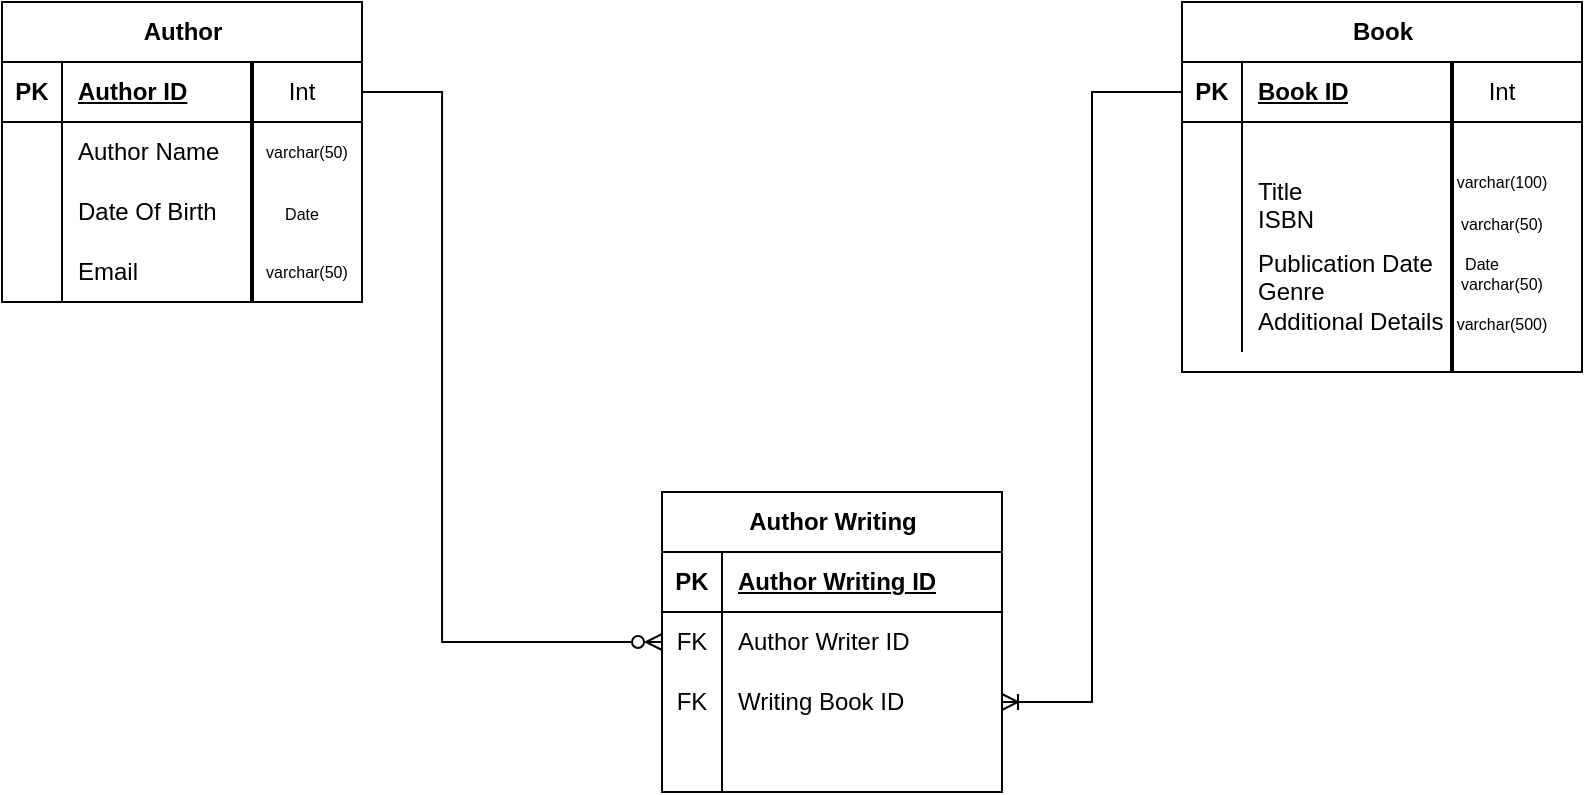
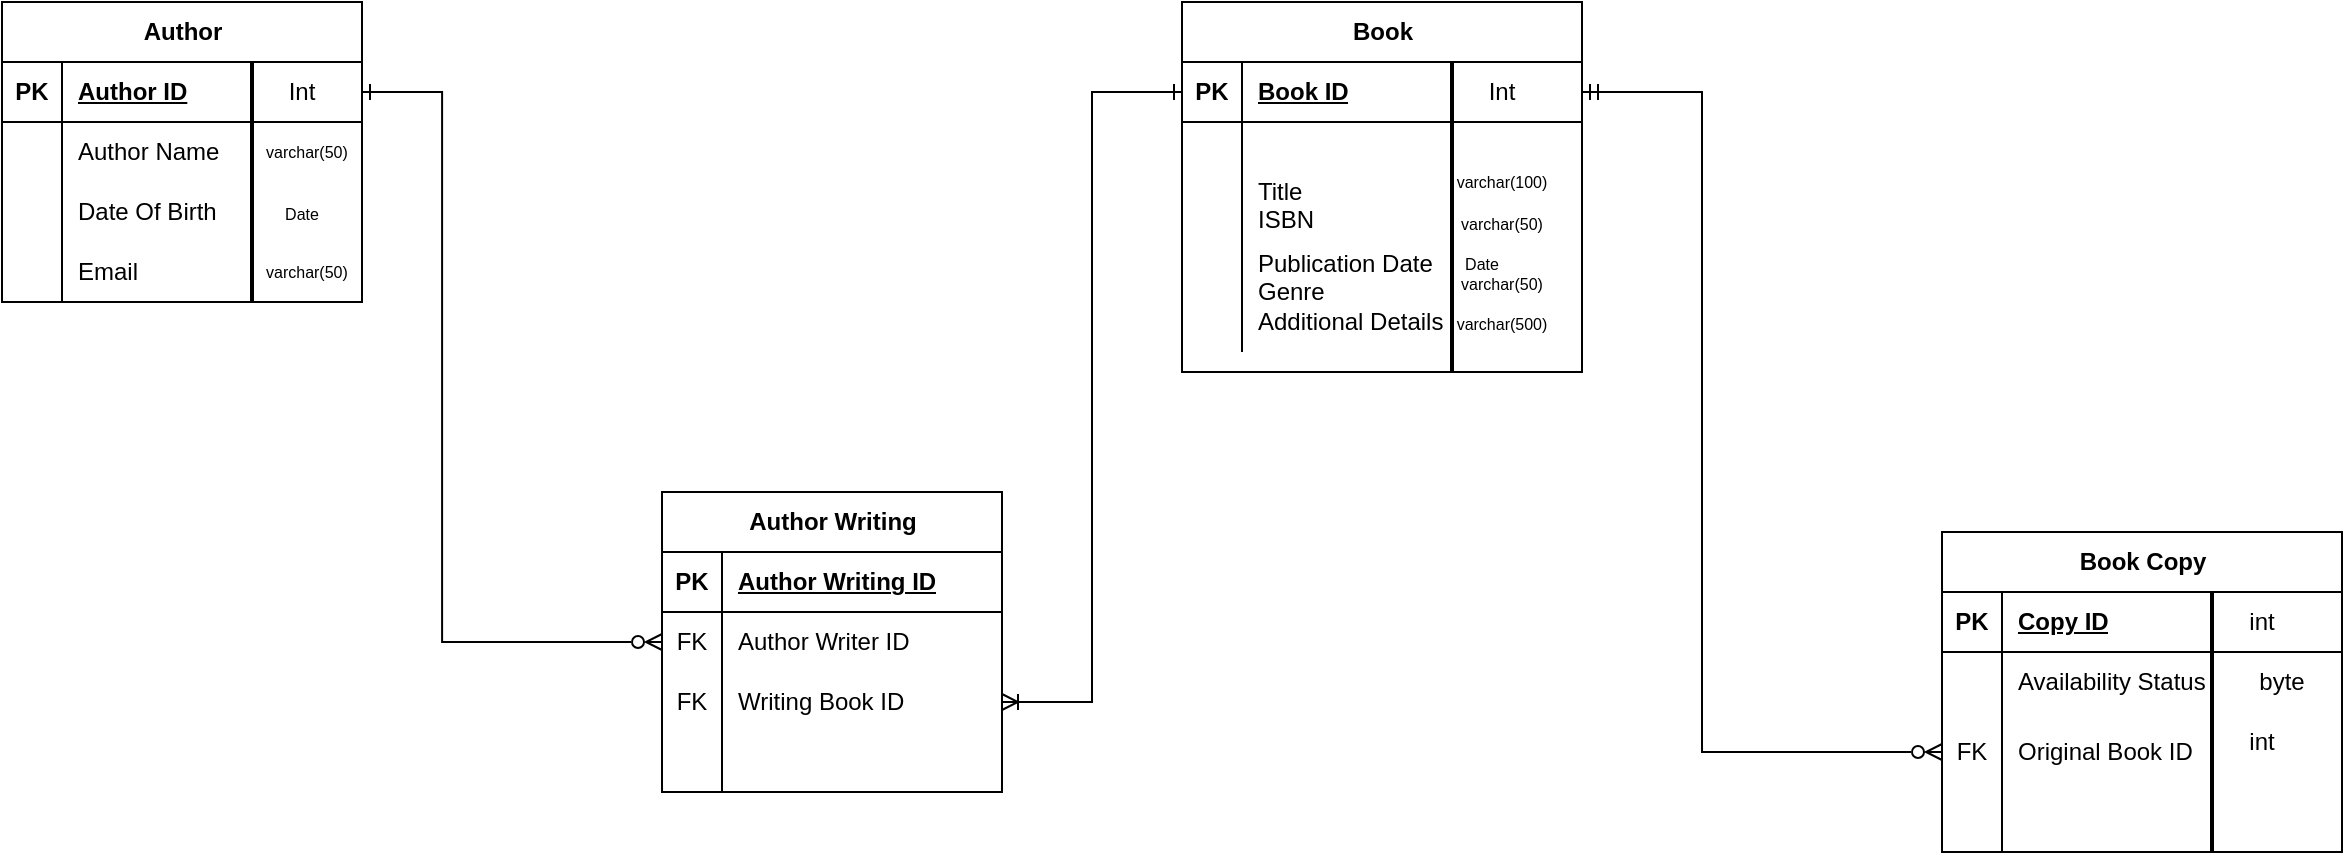
<mxfile host="app.diagrams.net">
  <diagram name="Page-1" id="Zk_2pc1_gUzyAgNU6dPZ">
    <mxGraphModel dx="965" dy="459" grid="1" gridSize="10" guides="1" tooltips="1" connect="1" arrows="1" fold="1" page="1" pageScale="1" pageWidth="850" pageHeight="1100" math="0" shadow="0">
      <root>
        <mxCell id="0" />
        <mxCell id="1" parent="0" />
        <mxCell id="A8dy5UsNKd1sQuRE_VdO-28" parent="1" style="shape=table;startSize=30;container=1;collapsible=1;childLayout=tableLayout;fixedRows=1;rowLines=0;fontStyle=1;align=center;resizeLast=1;html=1;" value="Book" vertex="1">
          <mxGeometry height="185" width="200" x="610" y="185" as="geometry" />
        </mxCell>
        <mxCell id="A8dy5UsNKd1sQuRE_VdO-29" parent="A8dy5UsNKd1sQuRE_VdO-28" style="shape=tableRow;horizontal=0;startSize=0;swimlaneHead=0;swimlaneBody=0;fillColor=none;collapsible=0;dropTarget=0;points=[[0,0.5],[1,0.5]];portConstraint=eastwest;top=0;left=0;right=0;bottom=1;" value="" vertex="1">
          <mxGeometry height="30" width="200" y="30" as="geometry" />
        </mxCell>
        <mxCell id="A8dy5UsNKd1sQuRE_VdO-30" parent="A8dy5UsNKd1sQuRE_VdO-29" style="shape=partialRectangle;connectable=0;fillColor=none;top=0;left=0;bottom=0;right=0;fontStyle=1;overflow=hidden;whiteSpace=wrap;html=1;" value="PK" vertex="1">
          <mxGeometry height="30" width="30" as="geometry">
            <mxRectangle height="30" width="30" as="alternateBounds" />
          </mxGeometry>
        </mxCell>
        <mxCell id="A8dy5UsNKd1sQuRE_VdO-31" parent="A8dy5UsNKd1sQuRE_VdO-29" style="shape=partialRectangle;connectable=0;fillColor=none;top=0;left=0;bottom=0;right=0;align=left;spacingLeft=6;fontStyle=5;overflow=hidden;whiteSpace=wrap;html=1;" value="Book ID" vertex="1">
          <mxGeometry height="30" width="170" x="30" as="geometry">
            <mxRectangle height="30" width="170" as="alternateBounds" />
          </mxGeometry>
        </mxCell>
        <mxCell id="A8dy5UsNKd1sQuRE_VdO-32" parent="A8dy5UsNKd1sQuRE_VdO-28" style="shape=tableRow;horizontal=0;startSize=0;swimlaneHead=0;swimlaneBody=0;fillColor=none;collapsible=0;dropTarget=0;points=[[0,0.5],[1,0.5]];portConstraint=eastwest;top=0;left=0;right=0;bottom=0;" value="" vertex="1">
          <mxGeometry height="25" width="200" y="60" as="geometry" />
        </mxCell>
        <mxCell id="A8dy5UsNKd1sQuRE_VdO-33" parent="A8dy5UsNKd1sQuRE_VdO-32" style="shape=partialRectangle;connectable=0;fillColor=none;top=0;left=0;bottom=0;right=0;editable=1;overflow=hidden;whiteSpace=wrap;html=1;" value="" vertex="1">
          <mxGeometry height="25" width="30" as="geometry">
            <mxRectangle height="25" width="30" as="alternateBounds" />
          </mxGeometry>
        </mxCell>
        <mxCell id="A8dy5UsNKd1sQuRE_VdO-34" parent="A8dy5UsNKd1sQuRE_VdO-32" style="shape=partialRectangle;connectable=0;fillColor=none;top=0;left=0;bottom=0;right=0;align=left;spacingLeft=6;overflow=hidden;whiteSpace=wrap;html=1;" value="" vertex="1">
          <mxGeometry height="25" width="170" x="30" as="geometry">
            <mxRectangle height="25" width="170" as="alternateBounds" />
          </mxGeometry>
        </mxCell>
        <mxCell id="A8dy5UsNKd1sQuRE_VdO-35" parent="A8dy5UsNKd1sQuRE_VdO-28" style="shape=tableRow;horizontal=0;startSize=0;swimlaneHead=0;swimlaneBody=0;fillColor=none;collapsible=0;dropTarget=0;points=[[0,0.5],[1,0.5]];portConstraint=eastwest;top=0;left=0;right=0;bottom=0;" value="" vertex="1">
          <mxGeometry height="30" width="200" y="85" as="geometry" />
        </mxCell>
        <mxCell id="A8dy5UsNKd1sQuRE_VdO-36" parent="A8dy5UsNKd1sQuRE_VdO-35" style="shape=partialRectangle;connectable=0;fillColor=none;top=0;left=0;bottom=0;right=0;editable=1;overflow=hidden;whiteSpace=wrap;html=1;" value="" vertex="1">
          <mxGeometry height="30" width="30" as="geometry">
            <mxRectangle height="30" width="30" as="alternateBounds" />
          </mxGeometry>
        </mxCell>
        <mxCell id="A8dy5UsNKd1sQuRE_VdO-37" parent="A8dy5UsNKd1sQuRE_VdO-35" style="shape=partialRectangle;connectable=0;fillColor=none;top=0;left=0;bottom=0;right=0;align=left;spacingLeft=6;overflow=hidden;whiteSpace=wrap;html=1;" value="&lt;div&gt;Title&lt;/div&gt;&lt;div&gt;ISBN&lt;/div&gt;" vertex="1">
          <mxGeometry height="30" width="170" x="30" as="geometry">
            <mxRectangle height="30" width="170" as="alternateBounds" />
          </mxGeometry>
        </mxCell>
        <mxCell id="A8dy5UsNKd1sQuRE_VdO-38" parent="A8dy5UsNKd1sQuRE_VdO-28" style="shape=tableRow;horizontal=0;startSize=0;swimlaneHead=0;swimlaneBody=0;fillColor=none;collapsible=0;dropTarget=0;points=[[0,0.5],[1,0.5]];portConstraint=eastwest;top=0;left=0;right=0;bottom=0;" value="" vertex="1">
          <mxGeometry height="60" width="200" y="115" as="geometry" />
        </mxCell>
        <mxCell id="A8dy5UsNKd1sQuRE_VdO-39" parent="A8dy5UsNKd1sQuRE_VdO-38" style="shape=partialRectangle;connectable=0;fillColor=none;top=0;left=0;bottom=0;right=0;editable=1;overflow=hidden;whiteSpace=wrap;html=1;" value="" vertex="1">
          <mxGeometry height="60" width="30" as="geometry">
            <mxRectangle height="60" width="30" as="alternateBounds" />
          </mxGeometry>
        </mxCell>
        <mxCell id="A8dy5UsNKd1sQuRE_VdO-40" parent="A8dy5UsNKd1sQuRE_VdO-38" style="shape=partialRectangle;connectable=0;fillColor=none;top=0;left=0;bottom=0;right=0;align=left;spacingLeft=6;overflow=hidden;whiteSpace=wrap;html=1;" value="&lt;div&gt;Publication Date&lt;/div&gt;&lt;div&gt;Genre&amp;nbsp;&lt;/div&gt;&lt;div&gt;Additional Details&lt;/div&gt;" vertex="1">
          <mxGeometry height="60" width="170" x="30" as="geometry">
            <mxRectangle height="60" width="170" as="alternateBounds" />
          </mxGeometry>
        </mxCell>
        <mxCell id="A8dy5UsNKd1sQuRE_VdO-41" parent="1" style="line;strokeWidth=2;direction=south;html=1;" value="" vertex="1">
          <mxGeometry height="155" width="10" x="740" y="215" as="geometry" />
        </mxCell>
+         <mxCell id="Ea8dwJaSt80vfhBHH71X-27" edge="1" parent="1" source="A8dy5UsNKd1sQuRE_VdO-29" style="edgeStyle=orthogonalEdgeStyle;rounded=0;orthogonalLoop=1;jettySize=auto;html=1;entryX=0;entryY=0.5;entryDx=0;entryDy=0;exitX=1;exitY=0.5;exitDx=0;exitDy=0;endArrow=ERzeroToMany;endFill=0;startArrow=ERmandOne;startFill=0;" target="Ea8dwJaSt80vfhBHH71X-21">
+           <mxGeometry relative="1" as="geometry">
+             <Array as="points">
+               <mxPoint x="870" y="230" />
+               <mxPoint x="870" y="560" />
+             </Array>
+           </mxGeometry>
+         </mxCell>
        <mxCell id="A8dy5UsNKd1sQuRE_VdO-44" parent="1" style="text;html=1;whiteSpace=wrap;strokeColor=none;fillColor=none;align=center;verticalAlign=middle;rounded=0;" value="Int" vertex="1">
          <mxGeometry height="30" width="60" x="740" y="215" as="geometry" />
        </mxCell>
        <mxCell id="A8dy5UsNKd1sQuRE_VdO-47" parent="1" style="text;html=1;whiteSpace=wrap;strokeColor=none;fillColor=none;align=center;verticalAlign=middle;rounded=0;" value="&lt;font style=&quot;font-size: 8px;&quot;&gt;varchar(50)&lt;/font&gt;" vertex="1">
          <mxGeometry height="30" width="60" x="740" y="280" as="geometry" />
        </mxCell>
        <mxCell id="A8dy5UsNKd1sQuRE_VdO-48" parent="1" style="text;whiteSpace=wrap;html=1;align=center;" value="&lt;div align=&quot;center&quot;&gt;&lt;font style=&quot;font-size: 8px;&quot;&gt;varchar(100)&lt;/font&gt;&lt;/div&gt;" vertex="1">
          <mxGeometry height="40" width="80" x="730" y="260" as="geometry" />
        </mxCell>
        <mxCell id="A8dy5UsNKd1sQuRE_VdO-50" parent="1" style="text;html=1;whiteSpace=wrap;strokeColor=none;fillColor=none;align=center;verticalAlign=middle;rounded=0;" value="&lt;font style=&quot;font-size: 8px;&quot;&gt;varchar(50)&lt;/font&gt;" vertex="1">
          <mxGeometry height="30" width="60" x="740" y="310" as="geometry" />
        </mxCell>
        <mxCell id="A8dy5UsNKd1sQuRE_VdO-53" parent="1" style="text;html=1;whiteSpace=wrap;strokeColor=none;fillColor=none;align=center;verticalAlign=middle;rounded=0;" value="&lt;font style=&quot;font-size: 8px;&quot;&gt;Date&lt;/font&gt;" vertex="1">
          <mxGeometry height="30" width="60" x="730" y="300" as="geometry" />
        </mxCell>
        <mxCell id="A8dy5UsNKd1sQuRE_VdO-54" parent="1" style="text;html=1;whiteSpace=wrap;strokeColor=none;fillColor=none;align=center;verticalAlign=middle;rounded=0;" value="&lt;div align=&quot;center&quot;&gt;&lt;font style=&quot;font-size: 8px;&quot;&gt;varchar(500)&lt;/font&gt;&lt;/div&gt;" vertex="1">
          <mxGeometry height="30" width="60" x="740" y="330" as="geometry" />
        </mxCell>
        <mxCell id="A8dy5UsNKd1sQuRE_VdO-57" parent="1" style="shape=table;startSize=30;container=1;collapsible=1;childLayout=tableLayout;fixedRows=1;rowLines=0;fontStyle=1;align=center;resizeLast=1;html=1;" value="Author Writing" vertex="1">
          <mxGeometry height="150" width="170" x="350" y="430" as="geometry" />
        </mxCell>
        <mxCell id="A8dy5UsNKd1sQuRE_VdO-58" parent="A8dy5UsNKd1sQuRE_VdO-57" style="shape=tableRow;horizontal=0;startSize=0;swimlaneHead=0;swimlaneBody=0;fillColor=none;collapsible=0;dropTarget=0;points=[[0,0.5],[1,0.5]];portConstraint=eastwest;top=0;left=0;right=0;bottom=1;" value="" vertex="1">
          <mxGeometry height="30" width="170" y="30" as="geometry" />
        </mxCell>
        <mxCell id="A8dy5UsNKd1sQuRE_VdO-59" parent="A8dy5UsNKd1sQuRE_VdO-58" style="shape=partialRectangle;connectable=0;fillColor=none;top=0;left=0;bottom=0;right=0;fontStyle=1;overflow=hidden;whiteSpace=wrap;html=1;" value="PK" vertex="1">
          <mxGeometry height="30" width="30" as="geometry">
            <mxRectangle height="30" width="30" as="alternateBounds" />
          </mxGeometry>
        </mxCell>
        <mxCell id="A8dy5UsNKd1sQuRE_VdO-60" parent="A8dy5UsNKd1sQuRE_VdO-58" style="shape=partialRectangle;connectable=0;fillColor=none;top=0;left=0;bottom=0;right=0;align=left;spacingLeft=6;fontStyle=5;overflow=hidden;whiteSpace=wrap;html=1;" value="Author Writing ID" vertex="1">
          <mxGeometry height="30" width="140" x="30" as="geometry">
            <mxRectangle height="30" width="140" as="alternateBounds" />
          </mxGeometry>
        </mxCell>
        <mxCell id="A8dy5UsNKd1sQuRE_VdO-61" parent="A8dy5UsNKd1sQuRE_VdO-57" style="shape=tableRow;horizontal=0;startSize=0;swimlaneHead=0;swimlaneBody=0;fillColor=none;collapsible=0;dropTarget=0;points=[[0,0.5],[1,0.5]];portConstraint=eastwest;top=0;left=0;right=0;bottom=0;" value="" vertex="1">
          <mxGeometry height="30" width="170" y="60" as="geometry" />
        </mxCell>
        <mxCell id="A8dy5UsNKd1sQuRE_VdO-62" parent="A8dy5UsNKd1sQuRE_VdO-61" style="shape=partialRectangle;connectable=0;fillColor=none;top=0;left=0;bottom=0;right=0;editable=1;overflow=hidden;whiteSpace=wrap;html=1;" value="FK" vertex="1">
          <mxGeometry height="30" width="30" as="geometry">
            <mxRectangle height="30" width="30" as="alternateBounds" />
          </mxGeometry>
        </mxCell>
        <mxCell id="A8dy5UsNKd1sQuRE_VdO-63" parent="A8dy5UsNKd1sQuRE_VdO-61" style="shape=partialRectangle;connectable=0;fillColor=none;top=0;left=0;bottom=0;right=0;align=left;spacingLeft=6;overflow=hidden;whiteSpace=wrap;html=1;" value="Author Writer ID" vertex="1">
          <mxGeometry height="30" width="140" x="30" as="geometry">
            <mxRectangle height="30" width="140" as="alternateBounds" />
          </mxGeometry>
        </mxCell>
        <mxCell id="A8dy5UsNKd1sQuRE_VdO-64" parent="A8dy5UsNKd1sQuRE_VdO-57" style="shape=tableRow;horizontal=0;startSize=0;swimlaneHead=0;swimlaneBody=0;fillColor=none;collapsible=0;dropTarget=0;points=[[0,0.5],[1,0.5]];portConstraint=eastwest;top=0;left=0;right=0;bottom=0;" value="" vertex="1">
          <mxGeometry height="30" width="170" y="90" as="geometry" />
        </mxCell>
        <mxCell id="A8dy5UsNKd1sQuRE_VdO-65" parent="A8dy5UsNKd1sQuRE_VdO-64" style="shape=partialRectangle;connectable=0;fillColor=none;top=0;left=0;bottom=0;right=0;editable=1;overflow=hidden;whiteSpace=wrap;html=1;" value="FK" vertex="1">
          <mxGeometry height="30" width="30" as="geometry">
            <mxRectangle height="30" width="30" as="alternateBounds" />
          </mxGeometry>
        </mxCell>
        <mxCell id="A8dy5UsNKd1sQuRE_VdO-66" parent="A8dy5UsNKd1sQuRE_VdO-64" style="shape=partialRectangle;connectable=0;fillColor=none;top=0;left=0;bottom=0;right=0;align=left;spacingLeft=6;overflow=hidden;whiteSpace=wrap;html=1;" value="Writing Book ID" vertex="1">
          <mxGeometry height="30" width="140" x="30" as="geometry">
            <mxRectangle height="30" width="140" as="alternateBounds" />
          </mxGeometry>
        </mxCell>
        <mxCell id="A8dy5UsNKd1sQuRE_VdO-67" parent="A8dy5UsNKd1sQuRE_VdO-57" style="shape=tableRow;horizontal=0;startSize=0;swimlaneHead=0;swimlaneBody=0;fillColor=none;collapsible=0;dropTarget=0;points=[[0,0.5],[1,0.5]];portConstraint=eastwest;top=0;left=0;right=0;bottom=0;" value="" vertex="1">
          <mxGeometry height="30" width="170" y="120" as="geometry" />
        </mxCell>
        <mxCell id="A8dy5UsNKd1sQuRE_VdO-68" parent="A8dy5UsNKd1sQuRE_VdO-67" style="shape=partialRectangle;connectable=0;fillColor=none;top=0;left=0;bottom=0;right=0;editable=1;overflow=hidden;whiteSpace=wrap;html=1;" value="" vertex="1">
          <mxGeometry height="30" width="30" as="geometry">
            <mxRectangle height="30" width="30" as="alternateBounds" />
          </mxGeometry>
        </mxCell>
        <mxCell id="A8dy5UsNKd1sQuRE_VdO-69" parent="A8dy5UsNKd1sQuRE_VdO-67" style="shape=partialRectangle;connectable=0;fillColor=none;top=0;left=0;bottom=0;right=0;align=left;spacingLeft=6;overflow=hidden;whiteSpace=wrap;html=1;" value="" vertex="1">
          <mxGeometry height="30" width="140" x="30" as="geometry">
            <mxRectangle height="30" width="140" as="alternateBounds" />
          </mxGeometry>
        </mxCell>
        <mxCell id="A8dy5UsNKd1sQuRE_VdO-71" parent="1" style="shape=table;startSize=30;container=1;collapsible=1;childLayout=tableLayout;fixedRows=1;rowLines=0;fontStyle=1;align=center;resizeLast=1;html=1;" value="Author" vertex="1">
          <mxGeometry height="150" width="180" x="20" y="185" as="geometry" />
        </mxCell>
        <mxCell id="A8dy5UsNKd1sQuRE_VdO-72" parent="A8dy5UsNKd1sQuRE_VdO-71" style="shape=tableRow;horizontal=0;startSize=0;swimlaneHead=0;swimlaneBody=0;fillColor=none;collapsible=0;dropTarget=0;points=[[0,0.5],[1,0.5]];portConstraint=eastwest;top=0;left=0;right=0;bottom=1;" value="" vertex="1">
          <mxGeometry height="30" width="180" y="30" as="geometry" />
        </mxCell>
        <mxCell id="A8dy5UsNKd1sQuRE_VdO-73" parent="A8dy5UsNKd1sQuRE_VdO-72" style="shape=partialRectangle;connectable=0;fillColor=none;top=0;left=0;bottom=0;right=0;fontStyle=1;overflow=hidden;whiteSpace=wrap;html=1;" value="PK" vertex="1">
          <mxGeometry height="30" width="30" as="geometry">
            <mxRectangle height="30" width="30" as="alternateBounds" />
          </mxGeometry>
        </mxCell>
        <mxCell id="A8dy5UsNKd1sQuRE_VdO-74" parent="A8dy5UsNKd1sQuRE_VdO-72" style="shape=partialRectangle;connectable=0;fillColor=none;top=0;left=0;bottom=0;right=0;align=left;spacingLeft=6;fontStyle=5;overflow=hidden;whiteSpace=wrap;html=1;" value="Author ID" vertex="1">
          <mxGeometry height="30" width="150" x="30" as="geometry">
            <mxRectangle height="30" width="150" as="alternateBounds" />
          </mxGeometry>
        </mxCell>
        <mxCell id="A8dy5UsNKd1sQuRE_VdO-75" parent="A8dy5UsNKd1sQuRE_VdO-71" style="shape=tableRow;horizontal=0;startSize=0;swimlaneHead=0;swimlaneBody=0;fillColor=none;collapsible=0;dropTarget=0;points=[[0,0.5],[1,0.5]];portConstraint=eastwest;top=0;left=0;right=0;bottom=0;" value="" vertex="1">
          <mxGeometry height="30" width="180" y="60" as="geometry" />
        </mxCell>
        <mxCell id="A8dy5UsNKd1sQuRE_VdO-76" parent="A8dy5UsNKd1sQuRE_VdO-75" style="shape=partialRectangle;connectable=0;fillColor=none;top=0;left=0;bottom=0;right=0;editable=1;overflow=hidden;whiteSpace=wrap;html=1;" value="" vertex="1">
          <mxGeometry height="30" width="30" as="geometry">
            <mxRectangle height="30" width="30" as="alternateBounds" />
          </mxGeometry>
        </mxCell>
        <mxCell id="A8dy5UsNKd1sQuRE_VdO-77" parent="A8dy5UsNKd1sQuRE_VdO-75" style="shape=partialRectangle;connectable=0;fillColor=none;top=0;left=0;bottom=0;right=0;align=left;spacingLeft=6;overflow=hidden;whiteSpace=wrap;html=1;" value="Author Name" vertex="1">
          <mxGeometry height="30" width="150" x="30" as="geometry">
            <mxRectangle height="30" width="150" as="alternateBounds" />
          </mxGeometry>
        </mxCell>
        <mxCell id="A8dy5UsNKd1sQuRE_VdO-78" parent="A8dy5UsNKd1sQuRE_VdO-71" style="shape=tableRow;horizontal=0;startSize=0;swimlaneHead=0;swimlaneBody=0;fillColor=none;collapsible=0;dropTarget=0;points=[[0,0.5],[1,0.5]];portConstraint=eastwest;top=0;left=0;right=0;bottom=0;" value="" vertex="1">
          <mxGeometry height="30" width="180" y="90" as="geometry" />
        </mxCell>
        <mxCell id="A8dy5UsNKd1sQuRE_VdO-79" parent="A8dy5UsNKd1sQuRE_VdO-78" style="shape=partialRectangle;connectable=0;fillColor=none;top=0;left=0;bottom=0;right=0;editable=1;overflow=hidden;whiteSpace=wrap;html=1;" value="" vertex="1">
          <mxGeometry height="30" width="30" as="geometry">
            <mxRectangle height="30" width="30" as="alternateBounds" />
          </mxGeometry>
        </mxCell>
        <mxCell id="A8dy5UsNKd1sQuRE_VdO-80" parent="A8dy5UsNKd1sQuRE_VdO-78" style="shape=partialRectangle;connectable=0;fillColor=none;top=0;left=0;bottom=0;right=0;align=left;spacingLeft=6;overflow=hidden;whiteSpace=wrap;html=1;" value="Date Of Birth" vertex="1">
          <mxGeometry height="30" width="150" x="30" as="geometry">
            <mxRectangle height="30" width="150" as="alternateBounds" />
          </mxGeometry>
        </mxCell>
        <mxCell id="A8dy5UsNKd1sQuRE_VdO-81" parent="A8dy5UsNKd1sQuRE_VdO-71" style="shape=tableRow;horizontal=0;startSize=0;swimlaneHead=0;swimlaneBody=0;fillColor=none;collapsible=0;dropTarget=0;points=[[0,0.5],[1,0.5]];portConstraint=eastwest;top=0;left=0;right=0;bottom=0;" value="" vertex="1">
          <mxGeometry height="30" width="180" y="120" as="geometry" />
        </mxCell>
        <mxCell id="A8dy5UsNKd1sQuRE_VdO-82" parent="A8dy5UsNKd1sQuRE_VdO-81" style="shape=partialRectangle;connectable=0;fillColor=none;top=0;left=0;bottom=0;right=0;editable=1;overflow=hidden;whiteSpace=wrap;html=1;" value="" vertex="1">
          <mxGeometry height="30" width="30" as="geometry">
            <mxRectangle height="30" width="30" as="alternateBounds" />
          </mxGeometry>
        </mxCell>
        <mxCell id="A8dy5UsNKd1sQuRE_VdO-83" parent="A8dy5UsNKd1sQuRE_VdO-81" style="shape=partialRectangle;connectable=0;fillColor=none;top=0;left=0;bottom=0;right=0;align=left;spacingLeft=6;overflow=hidden;whiteSpace=wrap;html=1;" value="Email" vertex="1">
          <mxGeometry height="30" width="150" x="30" as="geometry">
            <mxRectangle height="30" width="150" as="alternateBounds" />
          </mxGeometry>
        </mxCell>
        <mxCell id="A8dy5UsNKd1sQuRE_VdO-84" parent="1" style="line;strokeWidth=2;direction=south;html=1;" value="" vertex="1">
          <mxGeometry height="120" width="10" x="140" y="215" as="geometry" />
        </mxCell>
        <mxCell id="A8dy5UsNKd1sQuRE_VdO-85" parent="1" style="text;html=1;whiteSpace=wrap;strokeColor=none;fillColor=none;align=center;verticalAlign=middle;rounded=0;" value="Int" vertex="1">
          <mxGeometry height="30" width="60" x="140" y="215" as="geometry" />
        </mxCell>
        <mxCell id="A8dy5UsNKd1sQuRE_VdO-86" parent="1" style="text;html=1;whiteSpace=wrap;strokeColor=none;fillColor=none;align=center;verticalAlign=middle;rounded=0;" value="&lt;font style=&quot;font-size: 8px;&quot;&gt;Date&lt;/font&gt;" vertex="1">
          <mxGeometry height="30" width="60" x="140" y="275" as="geometry" />
        </mxCell>
        <mxCell id="A8dy5UsNKd1sQuRE_VdO-87" parent="1" style="text;whiteSpace=wrap;html=1;" value="&lt;font style=&quot;font-size: 8px;&quot;&gt;varchar(50)&lt;/font&gt;" vertex="1">
          <mxGeometry height="40" width="70" x="150" y="305" as="geometry" />
        </mxCell>
        <mxCell id="A8dy5UsNKd1sQuRE_VdO-88" parent="1" style="text;whiteSpace=wrap;html=1;" value="&lt;font style=&quot;font-size: 8px;&quot;&gt;varchar(50)&lt;/font&gt;" vertex="1">
          <mxGeometry height="40" width="70" x="150" y="245" as="geometry" />
        </mxCell>
-         <mxCell id="A8dy5UsNKd1sQuRE_VdO-89" edge="1" parent="1" source="A8dy5UsNKd1sQuRE_VdO-85" style="edgeStyle=orthogonalEdgeStyle;rounded=0;orthogonalLoop=1;jettySize=auto;html=1;entryX=0;entryY=0.5;entryDx=0;entryDy=0;endArrow=ERzeroToMany;endFill=0;" target="A8dy5UsNKd1sQuRE_VdO-61">
+         <mxCell id="A8dy5UsNKd1sQuRE_VdO-89" edge="1" parent="1" source="A8dy5UsNKd1sQuRE_VdO-85" style="edgeStyle=orthogonalEdgeStyle;rounded=0;orthogonalLoop=1;jettySize=auto;html=1;entryX=0;entryY=0.5;entryDx=0;entryDy=0;endArrow=ERzeroToMany;endFill=0;startArrow=ERone;startFill=0;" target="A8dy5UsNKd1sQuRE_VdO-61">
          <mxGeometry relative="1" as="geometry">
            <Array as="points">
              <mxPoint x="240.03" y="230" />
              <mxPoint x="240.03" y="505.03" />
            </Array>
          </mxGeometry>
        </mxCell>
-         <mxCell id="A8dy5UsNKd1sQuRE_VdO-90" edge="1" parent="1" source="A8dy5UsNKd1sQuRE_VdO-64" style="edgeStyle=orthogonalEdgeStyle;rounded=0;orthogonalLoop=1;jettySize=auto;html=1;entryX=0;entryY=0.5;entryDx=0;entryDy=0;endArrow=none;endFill=0;startArrow=ERoneToMany;startFill=0;" target="A8dy5UsNKd1sQuRE_VdO-29">
+         <mxCell id="A8dy5UsNKd1sQuRE_VdO-90" edge="1" parent="1" source="A8dy5UsNKd1sQuRE_VdO-64" style="edgeStyle=orthogonalEdgeStyle;rounded=0;orthogonalLoop=1;jettySize=auto;html=1;entryX=0;entryY=0.5;entryDx=0;entryDy=0;endArrow=ERone;endFill=0;startArrow=ERoneToMany;startFill=0;" target="A8dy5UsNKd1sQuRE_VdO-29">
          <mxGeometry relative="1" as="geometry" />
+         </mxCell>
+         <mxCell id="Ea8dwJaSt80vfhBHH71X-14" parent="1" style="shape=table;startSize=30;container=1;collapsible=1;childLayout=tableLayout;fixedRows=1;rowLines=0;fontStyle=1;align=center;resizeLast=1;html=1;" value="Book Copy" vertex="1">
+           <mxGeometry height="160" width="200" x="990" y="450" as="geometry" />
+         </mxCell>
+         <mxCell id="Ea8dwJaSt80vfhBHH71X-15" parent="Ea8dwJaSt80vfhBHH71X-14" style="shape=tableRow;horizontal=0;startSize=0;swimlaneHead=0;swimlaneBody=0;fillColor=none;collapsible=0;dropTarget=0;points=[[0,0.5],[1,0.5]];portConstraint=eastwest;top=0;left=0;right=0;bottom=1;" value="" vertex="1">
+           <mxGeometry height="30" width="200" y="30" as="geometry" />
+         </mxCell>
+         <mxCell id="Ea8dwJaSt80vfhBHH71X-16" parent="Ea8dwJaSt80vfhBHH71X-15" style="shape=partialRectangle;connectable=0;fillColor=none;top=0;left=0;bottom=0;right=0;fontStyle=1;overflow=hidden;whiteSpace=wrap;html=1;" value="PK" vertex="1">
+           <mxGeometry height="30" width="30" as="geometry">
+             <mxRectangle height="30" width="30" as="alternateBounds" />
+           </mxGeometry>
+         </mxCell>
+         <mxCell id="Ea8dwJaSt80vfhBHH71X-17" parent="Ea8dwJaSt80vfhBHH71X-15" style="shape=partialRectangle;connectable=0;fillColor=none;top=0;left=0;bottom=0;right=0;align=left;spacingLeft=6;fontStyle=5;overflow=hidden;whiteSpace=wrap;html=1;" value="Copy ID" vertex="1">
+           <mxGeometry height="30" width="170" x="30" as="geometry">
+             <mxRectangle height="30" width="170" as="alternateBounds" />
+           </mxGeometry>
+         </mxCell>
+         <mxCell id="Ea8dwJaSt80vfhBHH71X-18" parent="Ea8dwJaSt80vfhBHH71X-14" style="shape=tableRow;horizontal=0;startSize=0;swimlaneHead=0;swimlaneBody=0;fillColor=none;collapsible=0;dropTarget=0;points=[[0,0.5],[1,0.5]];portConstraint=eastwest;top=0;left=0;right=0;bottom=0;" value="" vertex="1">
+           <mxGeometry height="30" width="200" y="60" as="geometry" />
+         </mxCell>
+         <mxCell id="Ea8dwJaSt80vfhBHH71X-19" parent="Ea8dwJaSt80vfhBHH71X-18" style="shape=partialRectangle;connectable=0;fillColor=none;top=0;left=0;bottom=0;right=0;editable=1;overflow=hidden;whiteSpace=wrap;html=1;" value="" vertex="1">
+           <mxGeometry height="30" width="30" as="geometry">
+             <mxRectangle height="30" width="30" as="alternateBounds" />
+           </mxGeometry>
+         </mxCell>
+         <mxCell id="Ea8dwJaSt80vfhBHH71X-20" parent="Ea8dwJaSt80vfhBHH71X-18" style="shape=partialRectangle;connectable=0;fillColor=none;top=0;left=0;bottom=0;right=0;align=left;spacingLeft=6;overflow=hidden;whiteSpace=wrap;html=1;" value="Availability Status&amp;nbsp;" vertex="1">
+           <mxGeometry height="30" width="170" x="30" as="geometry">
+             <mxRectangle height="30" width="170" as="alternateBounds" />
+           </mxGeometry>
+         </mxCell>
+         <mxCell id="Ea8dwJaSt80vfhBHH71X-21" parent="Ea8dwJaSt80vfhBHH71X-14" style="shape=tableRow;horizontal=0;startSize=0;swimlaneHead=0;swimlaneBody=0;fillColor=none;collapsible=0;dropTarget=0;points=[[0,0.5],[1,0.5]];portConstraint=eastwest;top=0;left=0;right=0;bottom=0;" value="" vertex="1">
+           <mxGeometry height="40" width="200" y="90" as="geometry" />
+         </mxCell>
+         <mxCell id="Ea8dwJaSt80vfhBHH71X-22" parent="Ea8dwJaSt80vfhBHH71X-21" style="shape=partialRectangle;connectable=0;fillColor=none;top=0;left=0;bottom=0;right=0;editable=1;overflow=hidden;whiteSpace=wrap;html=1;" value="FK" vertex="1">
+           <mxGeometry height="40" width="30" as="geometry">
+             <mxRectangle height="40" width="30" as="alternateBounds" />
+           </mxGeometry>
+         </mxCell>
+         <mxCell id="Ea8dwJaSt80vfhBHH71X-23" parent="Ea8dwJaSt80vfhBHH71X-21" style="shape=partialRectangle;connectable=0;fillColor=none;top=0;left=0;bottom=0;right=0;align=left;spacingLeft=6;overflow=hidden;whiteSpace=wrap;html=1;" value="Original Book ID" vertex="1">
+           <mxGeometry height="40" width="170" x="30" as="geometry">
+             <mxRectangle height="40" width="170" as="alternateBounds" />
+           </mxGeometry>
+         </mxCell>
+         <mxCell id="Ea8dwJaSt80vfhBHH71X-24" parent="Ea8dwJaSt80vfhBHH71X-14" style="shape=tableRow;horizontal=0;startSize=0;swimlaneHead=0;swimlaneBody=0;fillColor=none;collapsible=0;dropTarget=0;points=[[0,0.5],[1,0.5]];portConstraint=eastwest;top=0;left=0;right=0;bottom=0;" value="" vertex="1">
+           <mxGeometry height="30" width="200" y="130" as="geometry" />
+         </mxCell>
+         <mxCell id="Ea8dwJaSt80vfhBHH71X-25" parent="Ea8dwJaSt80vfhBHH71X-24" style="shape=partialRectangle;connectable=0;fillColor=none;top=0;left=0;bottom=0;right=0;editable=1;overflow=hidden;whiteSpace=wrap;html=1;" value="" vertex="1">
+           <mxGeometry height="30" width="30" as="geometry">
+             <mxRectangle height="30" width="30" as="alternateBounds" />
+           </mxGeometry>
+         </mxCell>
+         <mxCell id="Ea8dwJaSt80vfhBHH71X-26" parent="Ea8dwJaSt80vfhBHH71X-24" style="shape=partialRectangle;connectable=0;fillColor=none;top=0;left=0;bottom=0;right=0;align=left;spacingLeft=6;overflow=hidden;whiteSpace=wrap;html=1;" value="" vertex="1">
+           <mxGeometry height="30" width="170" x="30" as="geometry">
+             <mxRectangle height="30" width="170" as="alternateBounds" />
+           </mxGeometry>
+         </mxCell>
+         <mxCell id="Ea8dwJaSt80vfhBHH71X-28" parent="1" style="line;strokeWidth=2;direction=south;html=1;" value="" vertex="1">
+           <mxGeometry height="130" width="50" x="1100" y="480" as="geometry" />
+         </mxCell>
+         <mxCell id="Ea8dwJaSt80vfhBHH71X-29" parent="1" style="text;html=1;whiteSpace=wrap;strokeColor=none;fillColor=none;align=center;verticalAlign=middle;rounded=0;" value="int" vertex="1">
+           <mxGeometry height="30" width="60" x="1120" y="480" as="geometry" />
+         </mxCell>
+         <mxCell id="Ea8dwJaSt80vfhBHH71X-30" parent="1" style="text;html=1;whiteSpace=wrap;strokeColor=none;fillColor=none;align=center;verticalAlign=middle;rounded=0;" value="int" vertex="1">
+           <mxGeometry height="30" width="60" x="1120" y="540" as="geometry" />
+         </mxCell>
+         <mxCell id="Ea8dwJaSt80vfhBHH71X-31" parent="1" style="text;html=1;whiteSpace=wrap;strokeColor=none;fillColor=none;align=center;verticalAlign=middle;rounded=0;" value="byte" vertex="1">
+           <mxGeometry height="30" width="60" x="1130" y="510" as="geometry" />
        </mxCell>
      </root>
    </mxGraphModel>
  </diagram>
</mxfile>
